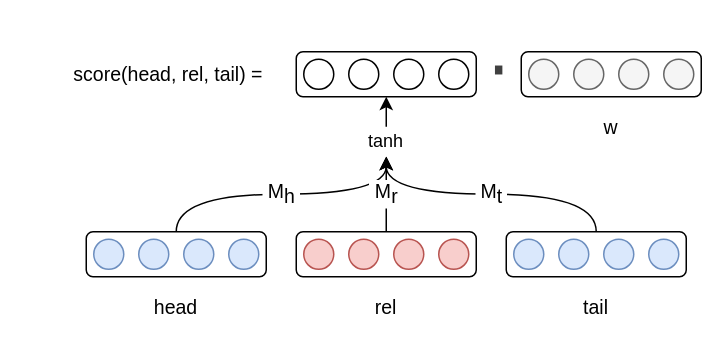
TobiasUhmann/thesis-latex keeps this draw.io diagram as src/3_related_work/2_embedding_based/mlp.drawio. Above is the earlier version. Source tidied: cells renumbered, new cells numbered last; positions are measured from the earlier drawing's top-left corner, leaving out a move shared by most shapes. Both pictures are drawn from the tidied source at 150%, with x=0, y=0 at pixel (26, 46).
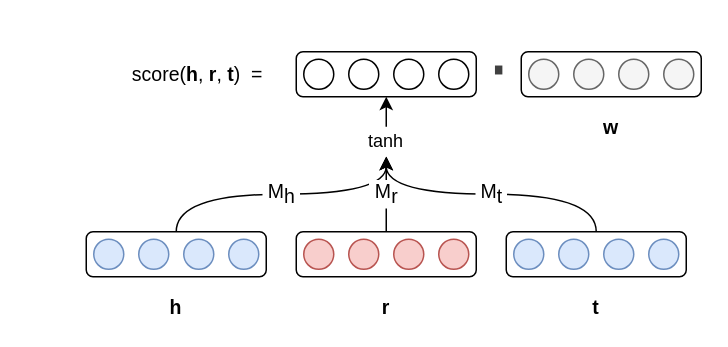
Above is the later version.

What changed in the source:
```diff
@@
-    <mxCell id="25" value="head" style="text;html=1;strokeColor=none;fillColor=none;align=center;verticalAlign=middle;whiteSpace=wrap;rounded=0;fontSize=13;fontFamily=Helvetica;" parent="1" vertex="1">
+    <mxCell id="25" value="&lt;b&gt;h&lt;/b&gt;" style="text;html=1;strokeColor=none;fillColor=none;align=center;verticalAlign=middle;whiteSpace=wrap;rounded=0;fontSize=13;fontFamily=Helvetica;" parent="1" vertex="1">
       <mxGeometry x="80" y="163" width="40" height="20" as="geometry" />
     </mxCell>
-    <mxCell id="26" value="rel" style="text;html=1;strokeColor=none;fillColor=none;align=center;verticalAlign=middle;whiteSpace=wrap;rounded=0;fontFamily=Helvetica;fontSize=13;" parent="1" vertex="1">
+    <mxCell id="26" value="&lt;b&gt;r&lt;/b&gt;" style="text;html=1;strokeColor=none;fillColor=none;align=center;verticalAlign=middle;whiteSpace=wrap;rounded=0;fontFamily=Helvetica;fontSize=13;" parent="1" vertex="1">
       <mxGeometry x="220" y="163" width="40" height="20" as="geometry" />
     </mxCell>
-    <mxCell id="27" value="tail" style="text;html=1;strokeColor=none;fillColor=none;align=center;verticalAlign=middle;whiteSpace=wrap;rounded=0;fontFamily=Helvetica;fontSize=13;" parent="1" vertex="1">
+    <mxCell id="27" value="&lt;b&gt;t&lt;/b&gt;" style="text;html=1;strokeColor=none;fillColor=none;align=center;verticalAlign=middle;whiteSpace=wrap;rounded=0;fontFamily=Helvetica;fontSize=13;" parent="1" vertex="1">
       <mxGeometry x="360" y="163" width="40" height="20" as="geometry" />
     </mxCell>
@@
-    <mxCell id="36" value="w" style="text;html=1;strokeColor=none;fillColor=none;align=center;verticalAlign=middle;whiteSpace=wrap;rounded=0;fontFamily=Helvetica;fontSize=13;" parent="1" vertex="1">
+    <mxCell id="36" value="&lt;b&gt;w&lt;/b&gt;" style="text;html=1;strokeColor=none;fillColor=none;align=center;verticalAlign=middle;whiteSpace=wrap;rounded=0;fontFamily=Helvetica;fontSize=13;" parent="1" vertex="1">
       <mxGeometry x="370" y="43" width="40" height="20" as="geometry" />
     </mxCell>
-    <mxCell id="37" value="&lt;font style=&quot;font-size: 13px;&quot;&gt;score(head, rel, tail) =&lt;/font&gt;" style="text;html=1;strokeColor=none;fillColor=none;align=right;verticalAlign=middle;whiteSpace=wrap;rounded=0;fontFamily=Helvetica;fontSize=13;" parent="1" vertex="1">
-      <mxGeometry y="8" width="160" height="20" as="geometry" />
+    <mxCell id="37" value="&lt;font style=&quot;font-size: 13px&quot;&gt;score(&lt;b&gt;h&lt;/b&gt;, &lt;b&gt;r&lt;/b&gt;, &lt;b&gt;t&lt;/b&gt;)&amp;nbsp; =&lt;/font&gt;" style="text;html=1;strokeColor=none;fillColor=none;align=right;verticalAlign=middle;whiteSpace=wrap;rounded=0;fontFamily=Helvetica;fontSize=13;" parent="1" vertex="1">
+      <mxGeometry x="30" y="8" width="130" height="20" as="geometry" />
     </mxCell>
```
